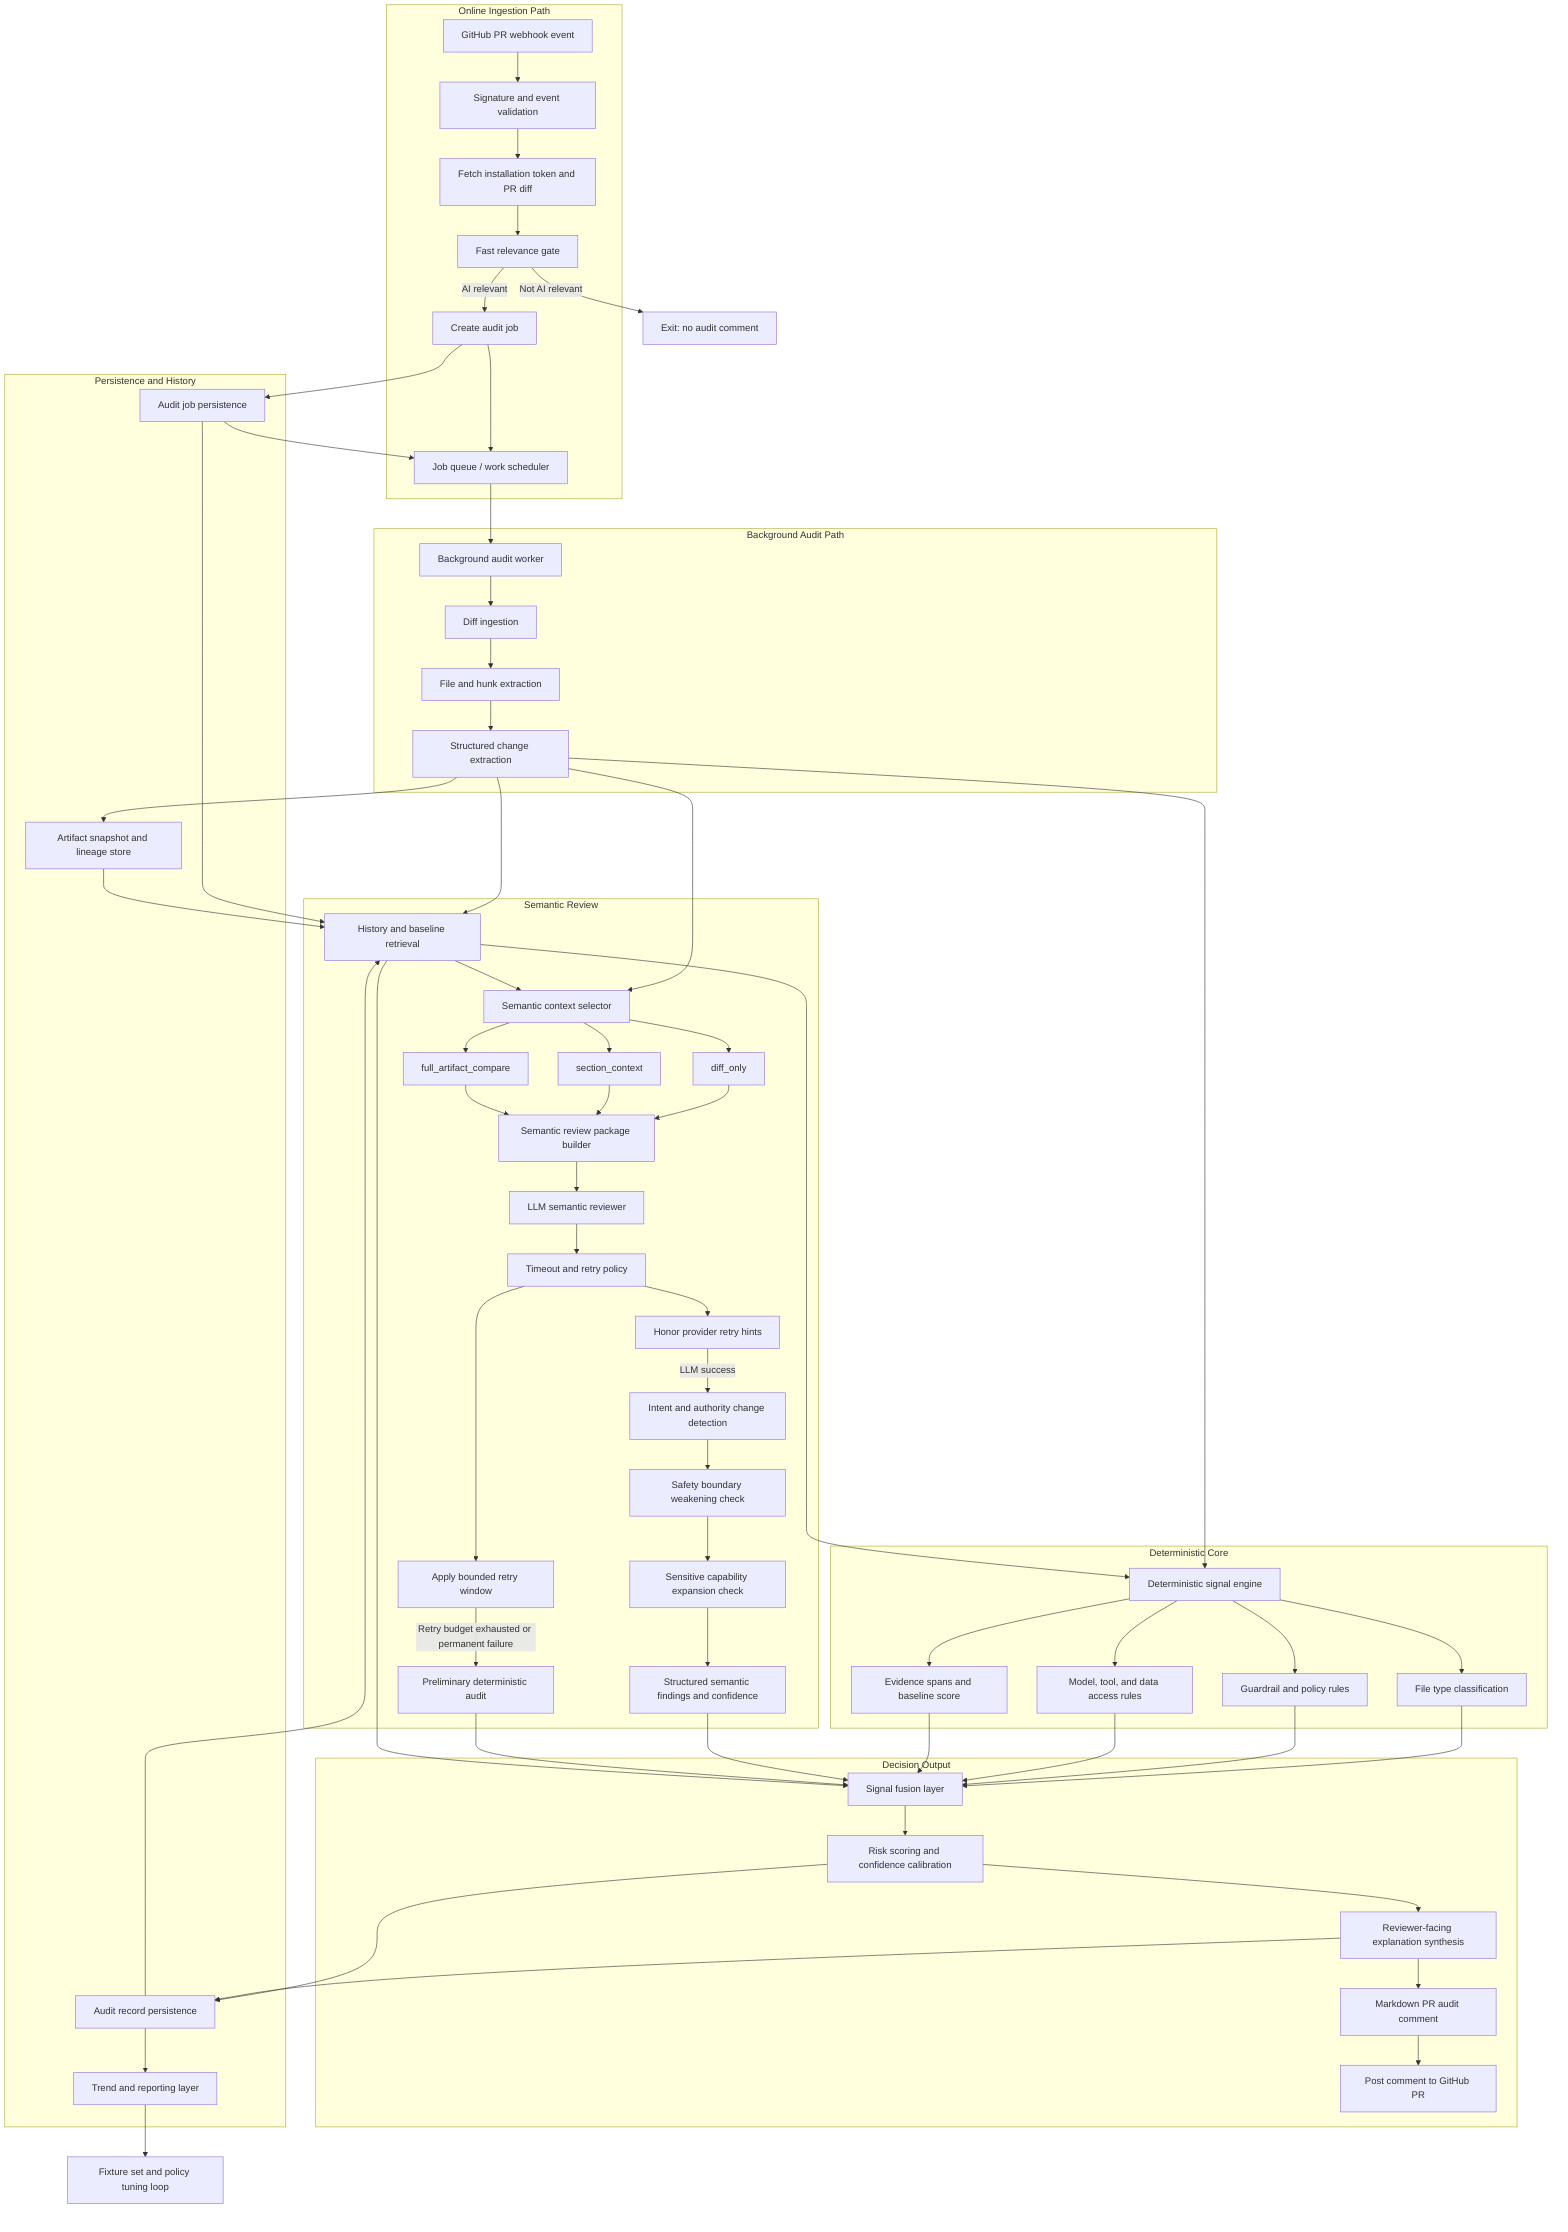
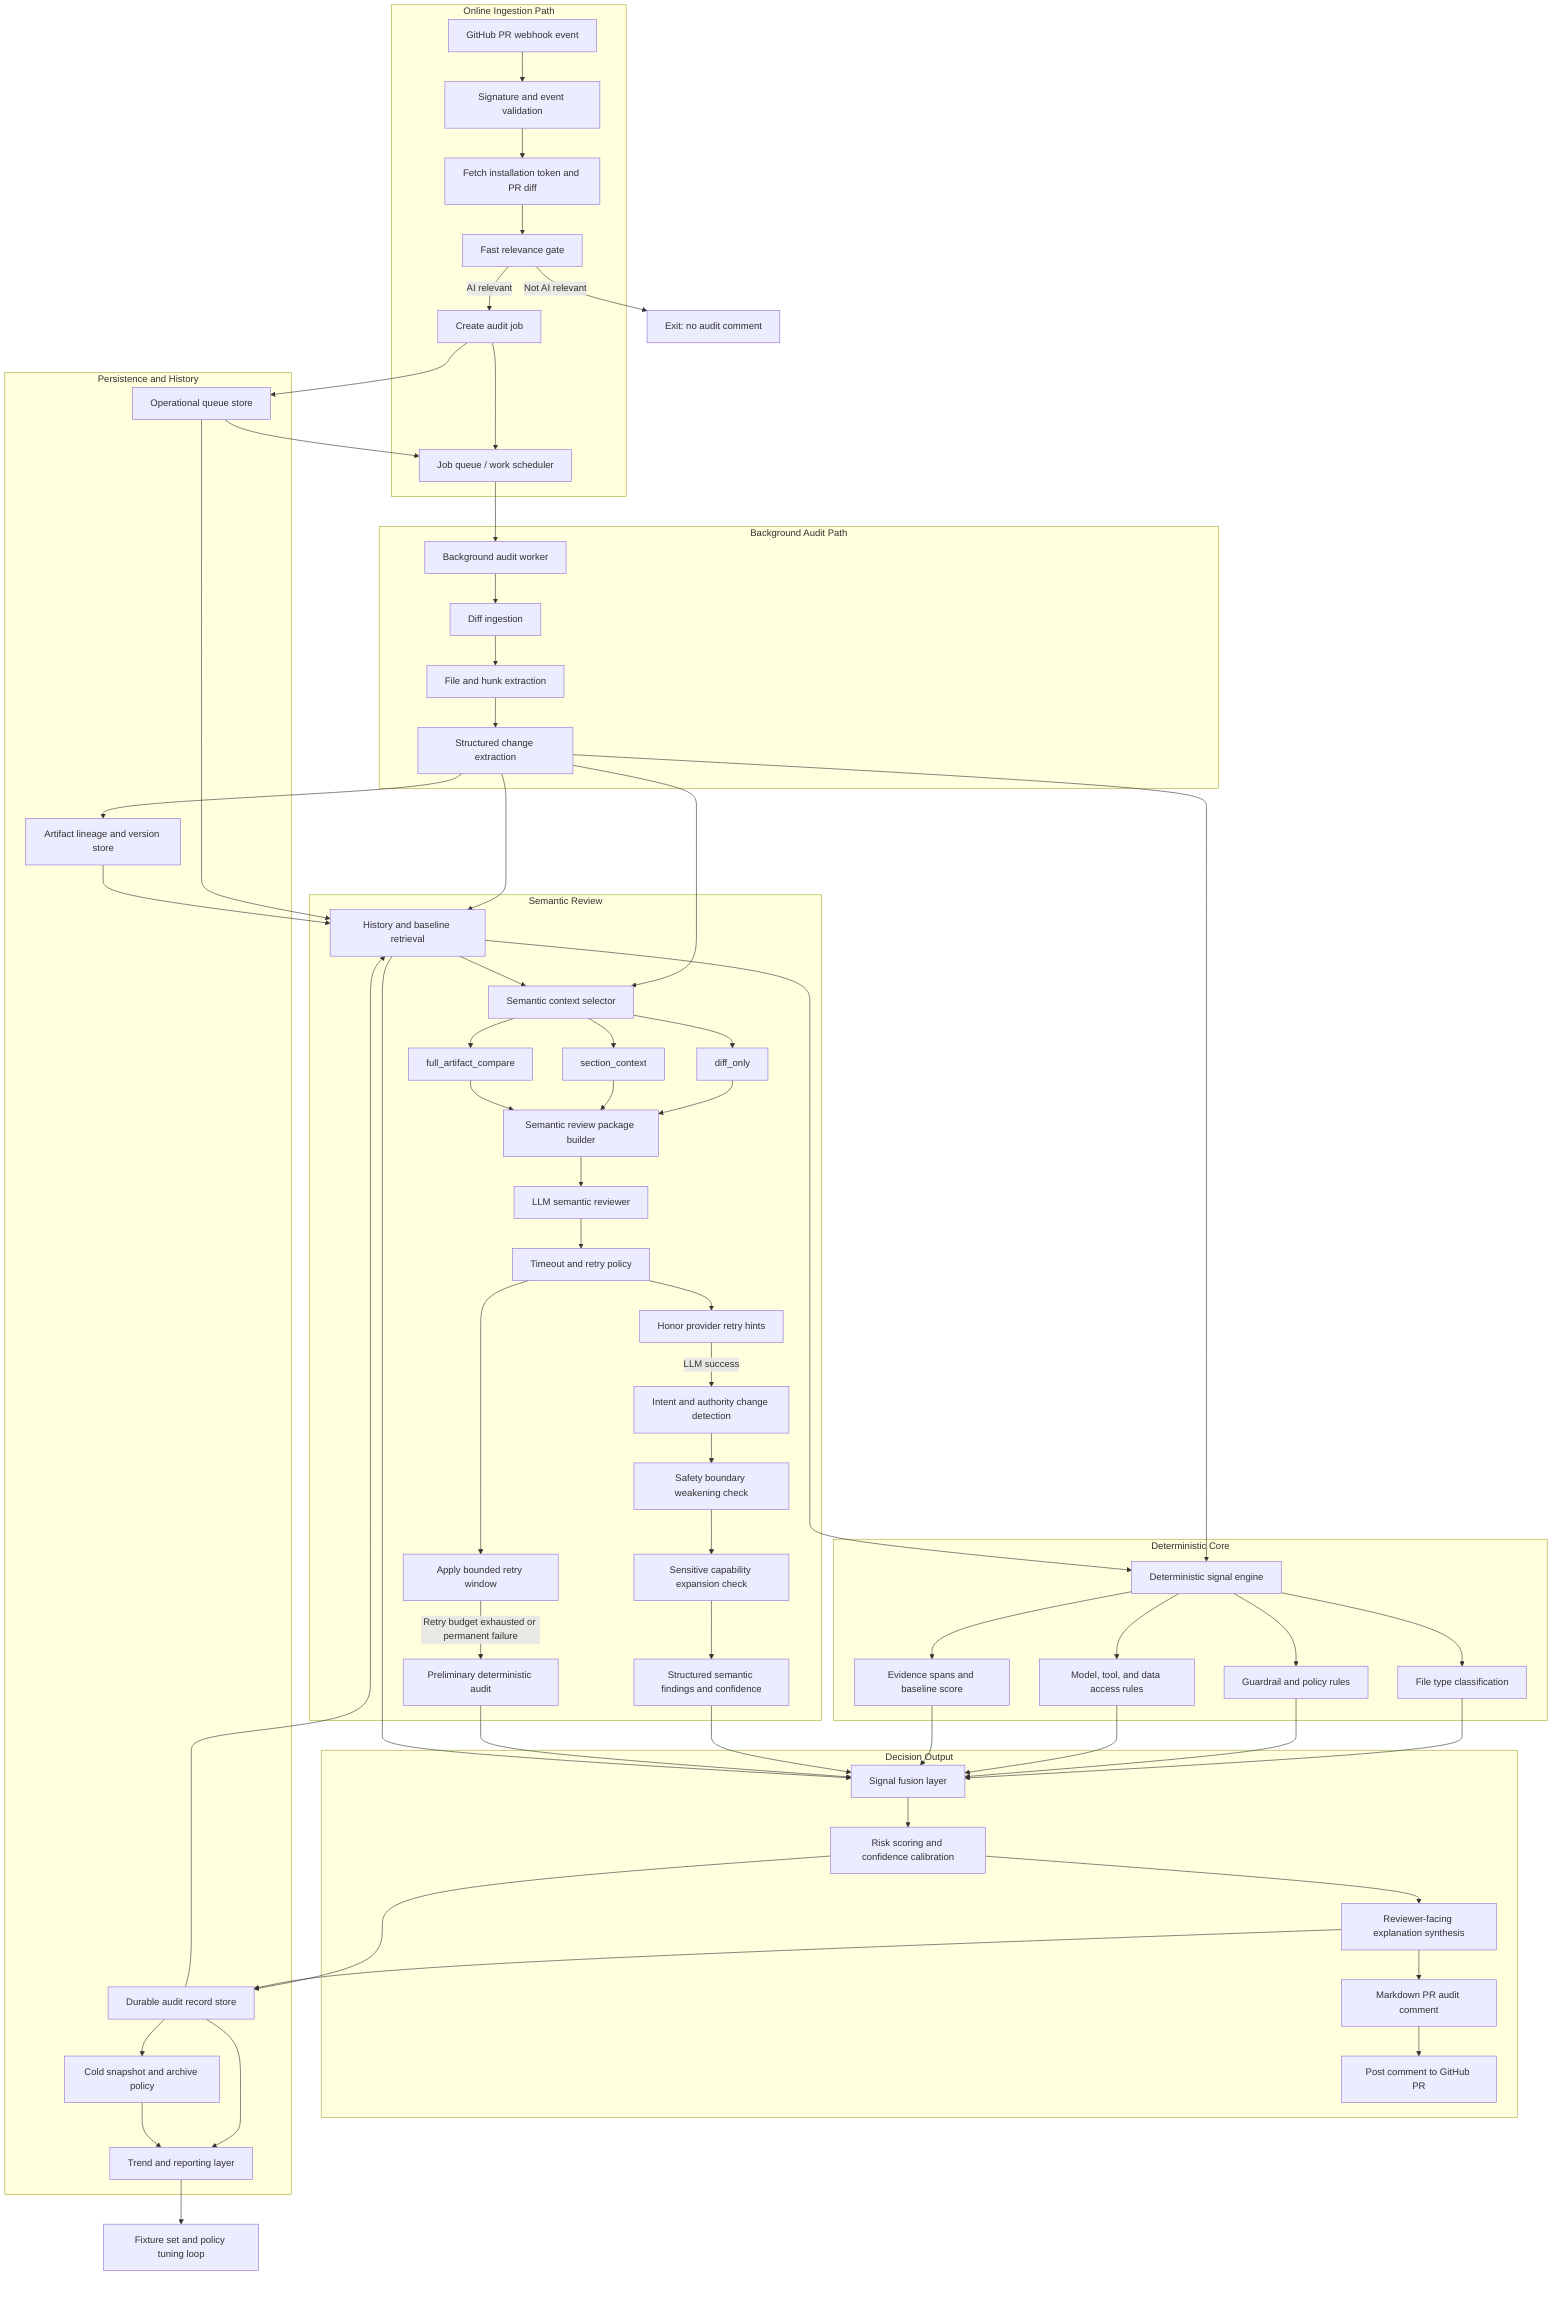
flowchart TD
    A[GitHub PR webhook event] --> A1[Signature and event validation]
    A1 --> A2[Fetch installation token and PR diff]
    A2 --> A3[Fast relevance gate]

    A3 -->|Not AI relevant| Z1[Exit: no audit comment]
    A3 -->|AI relevant| Q1[Create audit job]
    Q1 --> Q2[Job queue / work scheduler]
    Q2 --> Q3[Background audit worker]

    Q3 --> B[Diff ingestion]
    B --> C[File and hunk extraction]
    C --> D[Structured change extraction]

    D --> R[History and baseline retrieval]
    D --> X[Semantic context selector]
    D --> F[Deterministic signal engine]
    R --> X
    R --> F
    X --> X1[diff_only]
    X --> X2[section_context]
    X --> X3[full_artifact_compare]
    X1 --> Y[Semantic review package builder]
    X2 --> Y
    X3 --> Y
    Y --> G[LLM semantic reviewer]

    F --> F1[File type classification]
    F --> F2[Guardrail and policy rules]
    F --> F3[Model, tool, and data access rules]
    F --> F4[Evidence spans and baseline score]

    G --> G0[Timeout and retry policy]
    G0 --> G0A[Honor provider retry hints]
    G0 --> G0B[Apply bounded retry window]
    G0A -->|LLM success| G1[Intent and authority change detection]
    G0B -->|Retry budget exhausted or permanent failure| G5[Preliminary deterministic audit]
    G1 --> G2[Safety boundary weakening check]
    G2 --> G3[Sensitive capability expansion check]
    G3 --> G4[Structured semantic findings and confidence]

    F1 --> H[Signal fusion layer]
    F2 --> H
    F3 --> H
    F4 --> H
    G4 --> H
    G5 --> H
    R --> H

    H --> I[Risk scoring and confidence calibration]
    I --> J[Reviewer-facing explanation synthesis]
    J --> K[Markdown PR audit comment]
    K --> L[Post comment to GitHub PR]

-     Q1 --> P0[Audit job persistence]
-     D --> P1[Artifact snapshot and lineage store]
-     I --> P2[Audit record persistence]
+     Q1 --> P0[Operational queue store]
+     D --> P1[Artifact lineage and version store]
+     I --> P2[Durable audit record store]
    J --> P2
    P0 --> Q2
    P0 --> R
    P1 --> R
    P2 --> R
+     P2 --> P3[Cold snapshot and archive policy]
    P2 --> M[Trend and reporting layer]
+     P3 --> M
    M --> N[Fixture set and policy tuning loop]

    subgraph Online Ingestion Path
        A
        A1
        A2
        A3
        Q1
        Q2
    end

    subgraph Background Audit Path
        Q3
        B
        C
        D
    end

    subgraph Deterministic Core
        F
        F1
        F2
        F3
        F4
    end

    subgraph Semantic Review
        R
        X
        X1
        X2
        X3
        Y
        G
        G0
        G0A
        G0B
        G1
        G2
        G3
        G4
        G5
    end

    subgraph Decision Output
        H
        I
        J
        K
        L
    end

    subgraph Persistence and History
        P0
        P1
        P2
+         P3
        M
    end
